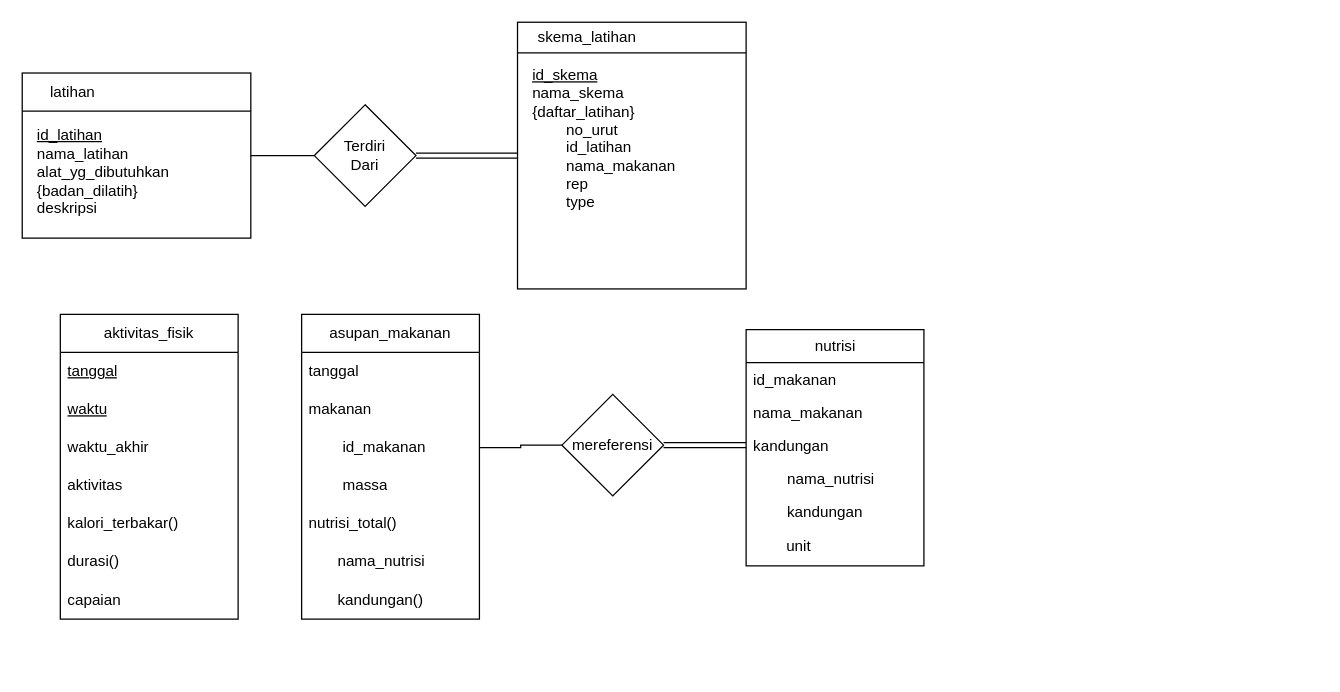
Before: page "ER_Diagram" (1 of 3) of ER_Diagram_Database.drawio in BobSwagg13/TUBES-REKAYASA-PERANGKAT-LUNAK-1, a draw.io diagram. Source tidied: cells renumbered, new cells numbered last; positions are measured from the earlier drawing's top-left corner, leaving out a move shared by most shapes. Both pictures are drawn from the tidied source at 127%, with x=0, y=0 at pixel (22, 22).
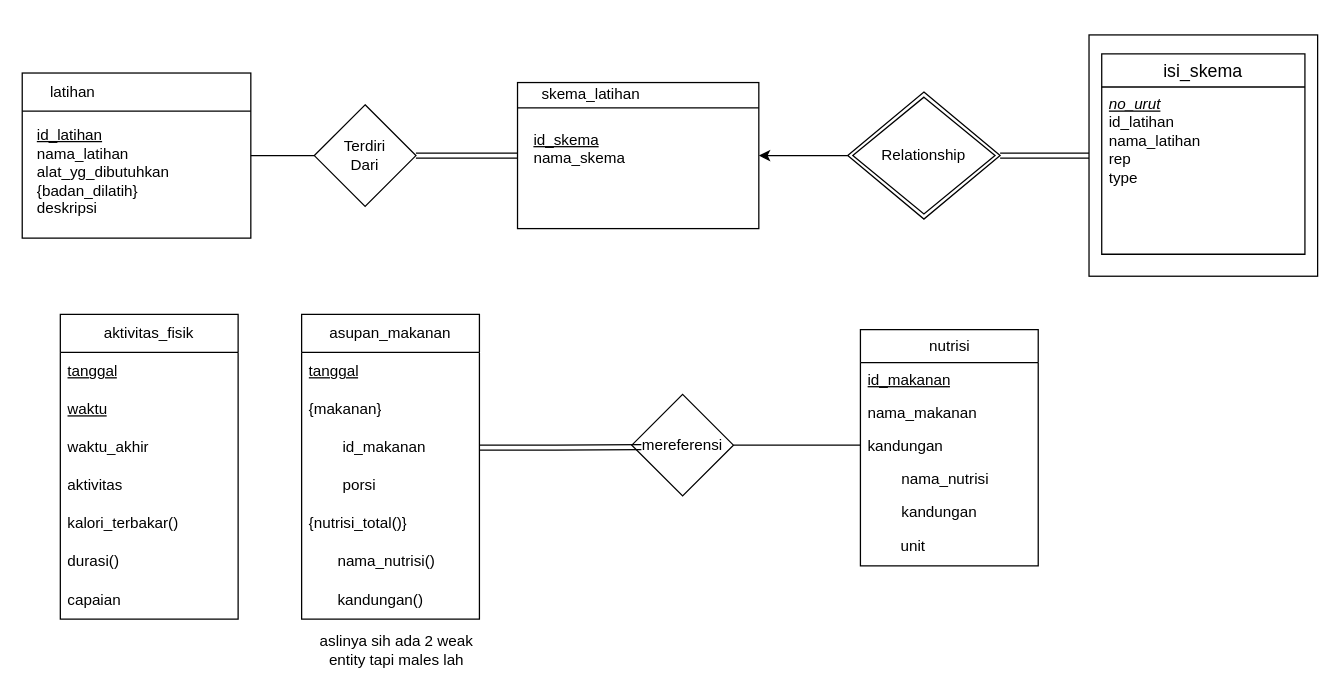
The same page after the edit.

Unchanged cells that the change refers to:
```xml
<mxCell id="18" value="asupan_makanan" style="swimlane;fontStyle=0;horizontal=1;startSize=30;whiteSpace=wrap;html=1;" parent="1" vertex="1">
  <mxGeometry x="220" y="230" width="140" height="240" as="geometry" />
</mxCell>
<mxCell id="21" value="&lt;span style=&quot;white-space: pre;&quot;&gt;&#9;&lt;/span&gt;id_makanan" style="text;strokeColor=none;fillColor=none;align=left;verticalAlign=middle;spacingLeft=4;spacingRight=4;overflow=hidden;points=[[0,0.5],[1,0.5]];portConstraint=eastwest;whiteSpace=wrap;html=1;" parent="18" vertex="1">
  <mxGeometry y="90" width="140" height="30" as="geometry" />
</mxCell>
<mxCell id="33" value="kandungan" style="text;strokeColor=none;fillColor=none;align=left;verticalAlign=top;spacingLeft=4;spacingRight=4;overflow=hidden;points=[[0,0.5],[1,0.5]];portConstraint=eastwest;whiteSpace=wrap;html=1;" parent="30" vertex="1">
  <mxGeometry y="78" width="140" height="26" as="geometry" />
</mxCell>
```

The edit, as a diff of the source:
```diff
@@
-    <mxCell id="19" value="tanggal" style="text;strokeColor=none;fillColor=none;align=left;verticalAlign=middle;spacingLeft=4;spacingRight=4;overflow=hidden;whiteSpace=wrap;html=1;" parent="18" vertex="1">
+    <mxCell id="19" value="tanggal" style="text;strokeColor=none;fillColor=none;align=left;verticalAlign=middle;spacingLeft=4;spacingRight=4;overflow=hidden;whiteSpace=wrap;html=1;fontStyle=4;" parent="18" vertex="1">
       <mxGeometry y="30" width="140" height="30" as="geometry" />
     </mxCell>
-    <mxCell id="20" value="makanan" style="text;strokeColor=none;fillColor=none;align=left;verticalAlign=middle;spacingLeft=4;spacingRight=4;overflow=hidden;whiteSpace=wrap;html=1;" parent="18" vertex="1">
+    <mxCell id="20" value="{makanan}" style="text;strokeColor=none;fillColor=none;align=left;verticalAlign=middle;spacingLeft=4;spacingRight=4;overflow=hidden;whiteSpace=wrap;html=1;" parent="18" vertex="1">
       <mxGeometry y="60" width="140" height="30" as="geometry" />
     </mxCell>
@@
-    <mxCell id="22" value="&lt;span style=&quot;white-space: pre;&quot;&gt;&#9;&lt;/span&gt;massa" style="text;strokeColor=none;fillColor=none;align=left;verticalAlign=middle;spacingLeft=4;spacingRight=4;overflow=hidden;whiteSpace=wrap;html=1;" parent="18" vertex="1">
+    <mxCell id="22" value="&lt;span style=&quot;white-space: pre;&quot;&gt;&#9;&lt;/span&gt;porsi" style="text;strokeColor=none;fillColor=none;align=left;verticalAlign=middle;spacingLeft=4;spacingRight=4;overflow=hidden;whiteSpace=wrap;html=1;" parent="18" vertex="1">
       <mxGeometry y="120" width="140" height="30" as="geometry" />
     </mxCell>
-    <mxCell id="23" value="nutrisi_total()" style="text;strokeColor=none;fillColor=none;align=left;verticalAlign=middle;spacingLeft=4;spacingRight=4;overflow=hidden;whiteSpace=wrap;html=1;" parent="18" vertex="1">
+    <mxCell id="23" value="{nutrisi_total()}" style="text;strokeColor=none;fillColor=none;align=left;verticalAlign=middle;spacingLeft=4;spacingRight=4;overflow=hidden;whiteSpace=wrap;html=1;" parent="18" vertex="1">
       <mxGeometry y="150" width="140" height="30" as="geometry" />
     </mxCell>
-    <mxCell id="24" value="&lt;span style=&quot;white-space: pre;&quot;&gt;&#9;&lt;/span&gt;nama_nutrisi" style="text;html=1;align=left;verticalAlign=middle;whiteSpace=wrap;rounded=0;" parent="18" vertex="1">
+    <mxCell id="24" value="&lt;span style=&quot;white-space: pre;&quot;&gt;&#9;&lt;/span&gt;nama_nutrisi()" style="text;html=1;align=left;verticalAlign=middle;whiteSpace=wrap;rounded=0;" parent="18" vertex="1">
       <mxGeometry y="180" width="140" height="30" as="geometry" />
     </mxCell>
@@
-    <mxCell id="26" style="rounded=0;whiteSpace=wrap;html=1;" parent="1" vertex="1">
-      <mxGeometry x="390" width="180" height="210" as="geometry" />
-    </mxCell>
-    <mxCell id="27" style="endArrow=none;html=1;rounded=0;exitX=0;exitY=0.25;exitDx=0;exitDy=0;entryX=1;entryY=0.25;entryDx=0;entryDy=0;" parent="1" edge="1">
-      <mxGeometry relative="1" as="geometry">
-        <mxPoint x="390" y="24.2" as="sourcePoint" />
-        <mxPoint x="570" y="24.2" as="targetPoint" />
-        <Array as="points">
-          <mxPoint x="460" y="24.2" />
-        </Array>
-      </mxGeometry>
-    </mxCell>
-    <mxCell id="28" value="skema_latihan" style="text;html=1;align=center;verticalAlign=middle;whiteSpace=wrap;rounded=0;" parent="1" vertex="1">
-      <mxGeometry x="390" width="110" height="24.2" as="geometry" />
-    </mxCell>
-    <mxCell id="29" value="&lt;u&gt;id_skema&lt;/u&gt;&lt;div&gt;nama_skema&lt;/div&gt;&lt;div style=&quot;&quot;&gt;{daftar_latihan}&lt;/div&gt;&lt;div style=&quot;&quot;&gt;&lt;span style=&quot;white-space: pre;&quot;&gt;&#9;&lt;/span&gt;no_urut&lt;br&gt;&lt;/div&gt;&lt;div style=&quot;&quot;&gt;&lt;span style=&quot;white-space: pre;&quot;&gt;&#9;&lt;/span&gt;id_latihan&lt;br&gt;&lt;/div&gt;&lt;div style=&quot;&quot;&gt;&lt;span style=&quot;white-space: pre;&quot;&gt;&#9;&lt;/span&gt;nama_makanan&lt;br&gt;&lt;/div&gt;&lt;div style=&quot;&quot;&gt;&lt;span style=&quot;white-space: pre;&quot;&gt;&#9;&lt;/span&gt;rep&lt;/div&gt;&lt;div style=&quot;&quot;&gt;&lt;span style=&quot;white-space: pre;&quot;&gt;&#9;&lt;/span&gt;type&lt;br&gt;&lt;/div&gt;&lt;div style=&quot;&quot;&gt;&lt;br&gt;&lt;/div&gt;" style="text;html=1;align=left;verticalAlign=middle;whiteSpace=wrap;rounded=0;" parent="1" vertex="1">
-      <mxGeometry x="400" y="52.1" width="160" height="92.9" as="geometry" />
-    </mxCell>
     <mxCell id="30" value="nutrisi" style="swimlane;fontStyle=0;horizontal=1;startSize=26;fillColor=none;html=1;" parent="1" vertex="1">
-      <mxGeometry x="570" y="242" width="140" height="186" as="geometry" />
+      <mxGeometry x="660" y="242" width="140" height="186" as="geometry" />
     </mxCell>
-    <mxCell id="31" value="id_makanan" style="text;strokeColor=none;fillColor=none;align=left;verticalAlign=top;spacingLeft=4;spacingRight=4;overflow=hidden;whiteSpace=wrap;html=1;" parent="30" vertex="1">
+    <mxCell id="31" value="&lt;u&gt;id_makanan&lt;/u&gt;" style="text;strokeColor=none;fillColor=none;align=left;verticalAlign=top;spacingLeft=4;spacingRight=4;overflow=hidden;whiteSpace=wrap;html=1;" parent="30" vertex="1">
       <mxGeometry y="26" width="140" height="26" as="geometry" />
     </mxCell>
@@
-    <mxCell id="37" style="edgeStyle=orthogonalEdgeStyle;rounded=0;jettySize=auto;html=1;entryX=1;entryY=0.5;entryDx=0;entryDy=0;endArrow=none;endFill=0;" parent="1" edge="1" source="39" target="21">
-      <mxGeometry relative="1" as="geometry" />
-    </mxCell>
-    <mxCell id="38" style="edgeStyle=orthogonalEdgeStyle;rounded=0;jettySize=auto;html=1;entryX=0;entryY=0.5;entryDx=0;entryDy=0;shape=link;" parent="1" edge="1" source="39" target="33">
+    <mxCell id="38" style="edgeStyle=orthogonalEdgeStyle;rounded=0;jettySize=auto;html=1;exitX=1;exitY=0.5;exitDx=0;exitDy=0;entryX=0;entryY=0.5;entryDx=0;entryDy=0;endArrow=none;endFill=0;" parent="1" edge="1" source="39" target="33">
       <mxGeometry relative="1" as="geometry" />
     </mxCell>
     <mxCell id="39" value="mereferensi" style="rhombus;whiteSpace=wrap;html=1;" parent="1" vertex="1">
-      <mxGeometry x="425" y="293" width="80" height="80" as="geometry" />
+      <mxGeometry x="480" y="293" width="80" height="80" as="geometry" />
     </mxCell>
+    <mxCell id="40" style="edgeStyle=orthogonalEdgeStyle;rounded=0;jettySize=auto;html=1;exitX=1;exitY=0.5;exitDx=0;exitDy=0;entryX=0.094;entryY=0.519;entryDx=0;entryDy=0;entryPerimeter=0;endArrow=none;endFill=0;shape=link;" parent="1" edge="1" source="21" target="39">
+      <mxGeometry relative="1" as="geometry" />
+    </mxCell>
+    <mxCell id="41" style="group;" parent="1" vertex="1">
+      <mxGeometry x="840" y="10" width="180" height="190" as="geometry" />
+    </mxCell>
+    <mxCell id="42" style="rounded=0;whiteSpace=wrap;html=1;" parent="41" vertex="1">
+      <mxGeometry width="180" height="190" as="geometry" />
+    </mxCell>
+    <mxCell id="43" value="isi_skema" style="swimlane;fontStyle=0;horizontal=1;startSize=26;align=center;fontSize=14;" parent="41" vertex="1">
+      <mxGeometry x="10" y="15" width="160" height="157.7" as="geometry" />
+    </mxCell>
+    <mxCell id="44" value="&lt;div&gt;&lt;span style=&quot;background-color: initial;&quot;&gt;&lt;u&gt;&lt;i&gt;no_urut&lt;/i&gt;&lt;/u&gt;&lt;/span&gt;&lt;/div&gt;&lt;div&gt;id_latihan&lt;br&gt;&lt;/div&gt;&lt;div&gt;nama_latihan&lt;br&gt;&lt;/div&gt;&lt;div&gt;rep&lt;/div&gt;&lt;div&gt;type&lt;/div&gt;" style="text;strokeColor=none;fillColor=none;spacingLeft=4;spacingRight=4;overflow=hidden;fontSize=12;whiteSpace=wrap;html=1;" parent="41" vertex="1">
+      <mxGeometry x="10" y="41" width="160" height="131.7" as="geometry" />
+    </mxCell>
+    <mxCell id="45" style="edgeStyle=orthogonalEdgeStyle;rounded=0;jettySize=auto;html=1;exitX=0;exitY=0.5;exitDx=0;exitDy=0;entryX=1;entryY=0.5;entryDx=0;entryDy=0;" parent="1" edge="1" source="47" target="26">
+      <mxGeometry relative="1" as="geometry" />
+    </mxCell>
+    <mxCell id="46" style="edgeStyle=orthogonalEdgeStyle;rounded=0;jettySize=auto;html=1;exitX=1;exitY=0.5;exitDx=0;exitDy=0;entryX=0;entryY=0.5;entryDx=0;entryDy=0;endArrow=none;endFill=0;shape=link;" parent="1" edge="1" source="47" target="42">
+      <mxGeometry relative="1" as="geometry" />
+    </mxCell>
+    <mxCell id="47" value="Relationship" style="shape=rhombus;double=1;perimeter=rhombusPerimeter;whiteSpace=wrap;html=1;align=center;" parent="1" vertex="1">
+      <mxGeometry x="650" y="55" width="120" height="100" as="geometry" />
+    </mxCell>
+    <mxCell id="48" style="group;" parent="1" vertex="1">
+      <mxGeometry x="390" y="47.5" width="190" height="115" as="geometry" />
+    </mxCell>
+    <mxCell id="26" style="rounded=0;whiteSpace=wrap;html=1;" parent="48" vertex="1">
+      <mxGeometry width="190" height="115" as="geometry" />
+    </mxCell>
+    <mxCell id="27" style="endArrow=none;html=1;rounded=0;exitX=0;exitY=0.25;exitDx=0;exitDy=0;entryX=1;entryY=0.25;entryDx=0;entryDy=0;" parent="48" edge="1">
+      <mxGeometry relative="1" as="geometry">
+        <mxPoint y="19.9" as="sourcePoint" />
+        <mxPoint x="190" y="19.9" as="targetPoint" />
+        <Array as="points">
+          <mxPoint x="73.9" y="19.9" />
+        </Array>
+      </mxGeometry>
+    </mxCell>
+    <mxCell id="28" value="skema_latihan" style="text;html=1;align=center;verticalAlign=middle;whiteSpace=wrap;rounded=0;" parent="48" vertex="1">
+      <mxGeometry width="116.1" height="19.9" as="geometry" />
+    </mxCell>
+    <mxCell id="29" value="&lt;u&gt;id_skema&lt;/u&gt;&lt;div&gt;nama_skema&lt;/div&gt;&lt;div style=&quot;&quot;&gt;&lt;br&gt;&lt;/div&gt;&lt;div style=&quot;&quot;&gt;&lt;br&gt;&lt;/div&gt;" style="text;html=1;align=left;verticalAlign=middle;whiteSpace=wrap;rounded=0;" parent="48" vertex="1">
+      <mxGeometry x="10.6" y="28.7" width="168.9" height="76.3" as="geometry" />
+    </mxCell>
+    <mxCell id="49" value="aslinya sih ada 2 weak entity tapi males lah" style="text;html=1;align=center;verticalAlign=middle;whiteSpace=wrap;rounded=0;" parent="1" vertex="1">
+      <mxGeometry x="220" y="480" width="150" height="30" as="geometry" />
+    </mxCell>
```
